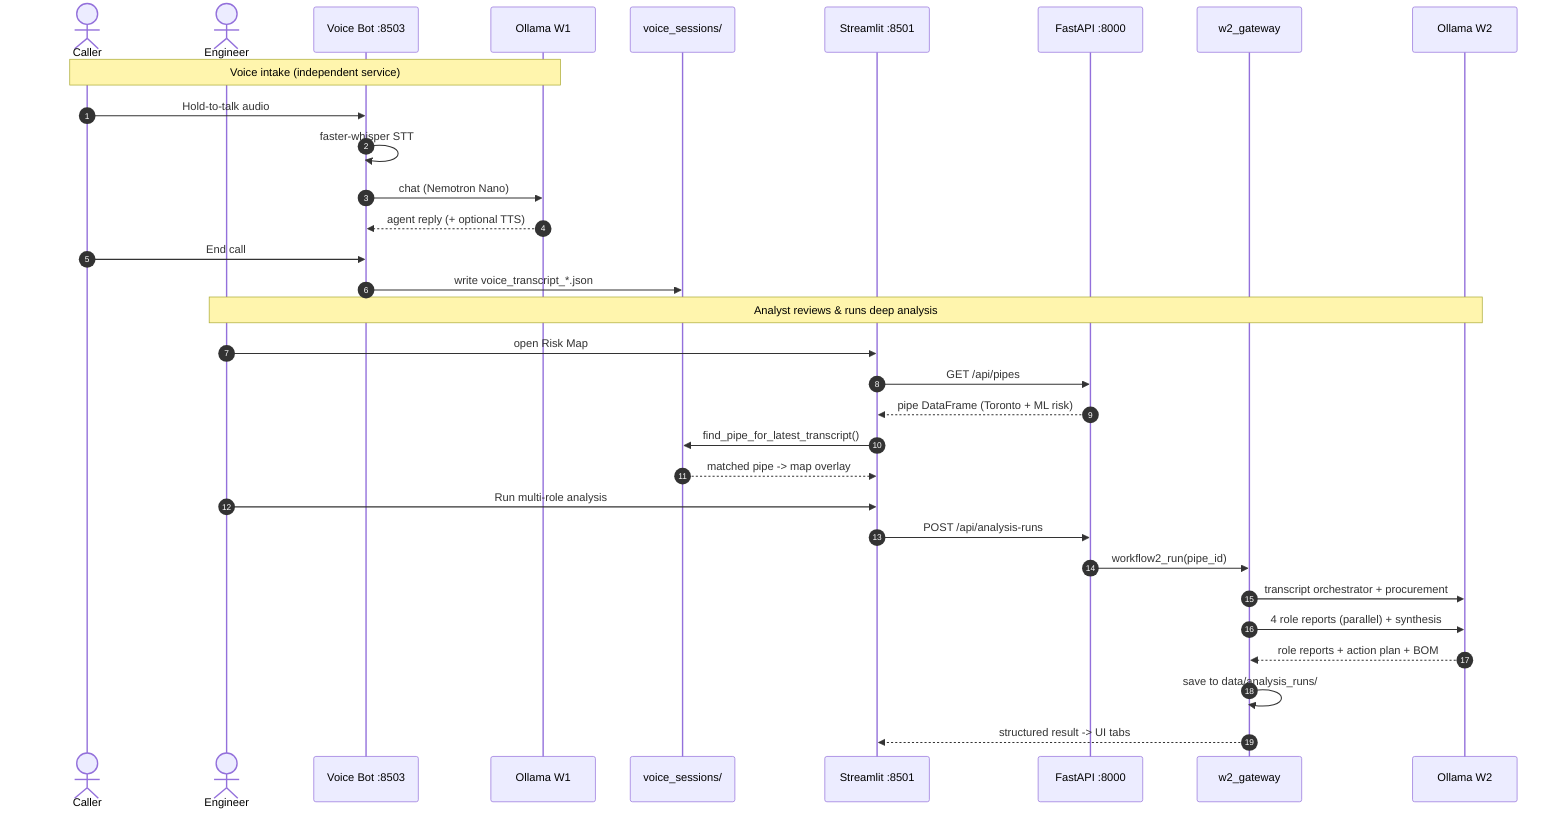
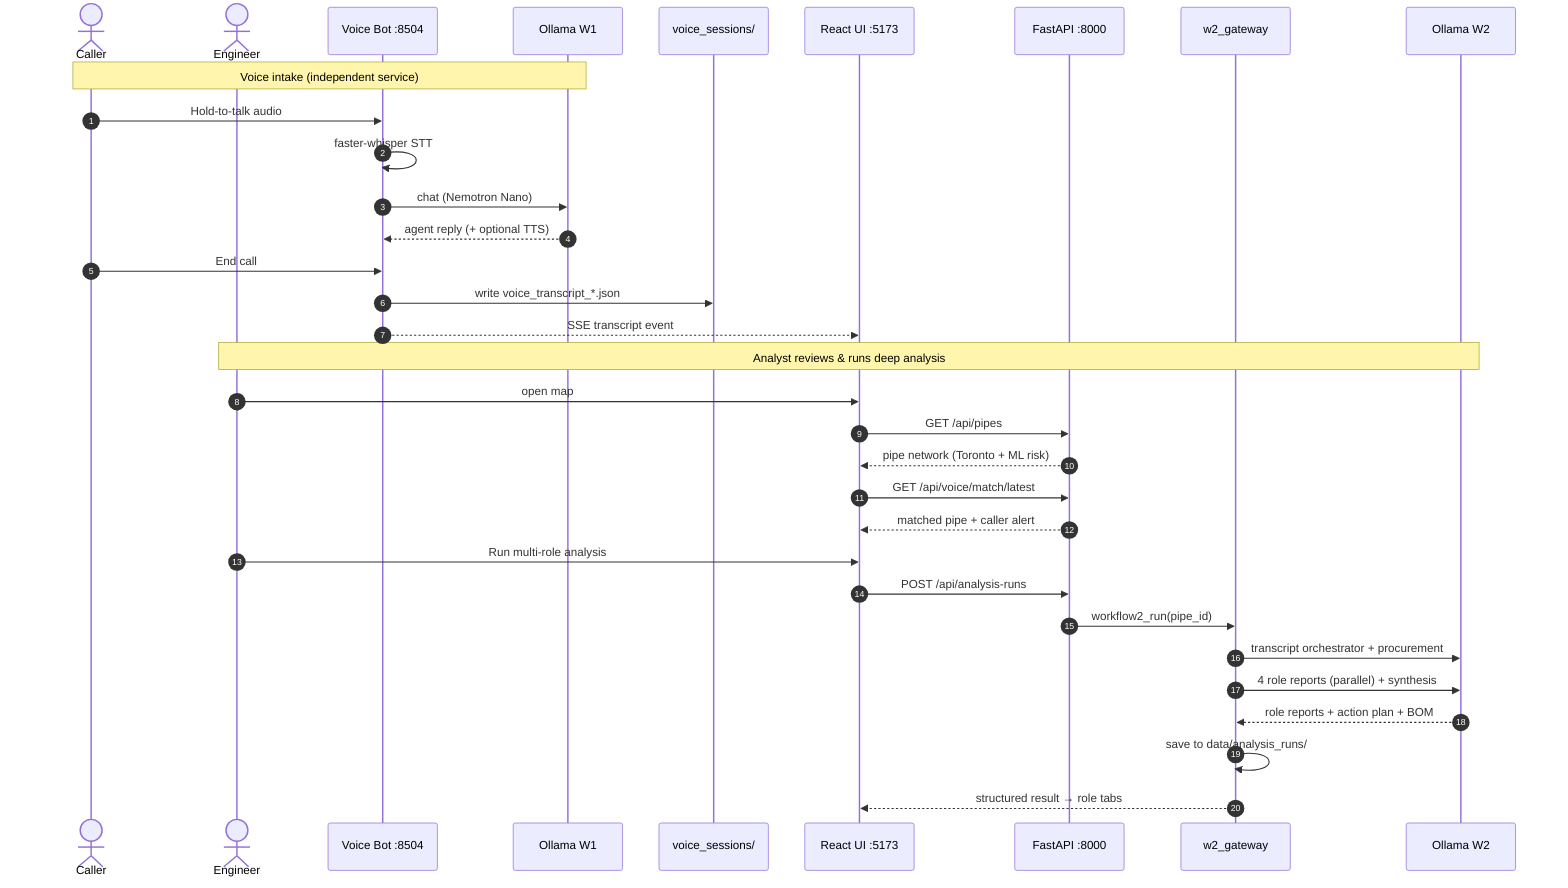
sequenceDiagram
    autonumber
    actor Caller
    actor Engineer
-     participant Voice as Voice Bot :8503
+     participant Voice as Voice Bot :8504
    participant W1 as Ollama W1
    participant FS as voice_sessions/
-     participant UI as Streamlit :8501
+     participant UI as React UI :5173
    participant API as FastAPI :8000
    participant GW2 as w2_gateway
    participant W2 as Ollama W2

    Note over Caller,W1: Voice intake (independent service)
    Caller->>Voice: Hold-to-talk audio
    Voice->>Voice: faster-whisper STT
    Voice->>W1: chat (Nemotron Nano)
    W1-->>Voice: agent reply (+ optional TTS)
    Caller->>Voice: End call
    Voice->>FS: write voice_transcript_*.json
+     Voice-->>UI: SSE transcript event

    Note over Engineer,W2: Analyst reviews & runs deep analysis
-     Engineer->>UI: open Risk Map
+     Engineer->>UI: open map
    UI->>API: GET /api/pipes
-     API-->>UI: pipe DataFrame (Toronto + ML risk)
-     UI->>FS: find_pipe_for_latest_transcript()
-     FS-->>UI: matched pipe -> map overlay
+     API-->>UI: pipe network (Toronto + ML risk)
+     UI->>API: GET /api/voice/match/latest
+     API-->>UI: matched pipe + caller alert
    Engineer->>UI: Run multi-role analysis
    UI->>API: POST /api/analysis-runs
    API->>GW2: workflow2_run(pipe_id)
    GW2->>W2: transcript orchestrator + procurement
    GW2->>W2: 4 role reports (parallel) + synthesis
    W2-->>GW2: role reports + action plan + BOM
    GW2->>GW2: save to data/analysis_runs/
-     GW2-->>UI: structured result -> UI tabs+     GW2-->>UI: structured result → role tabs
